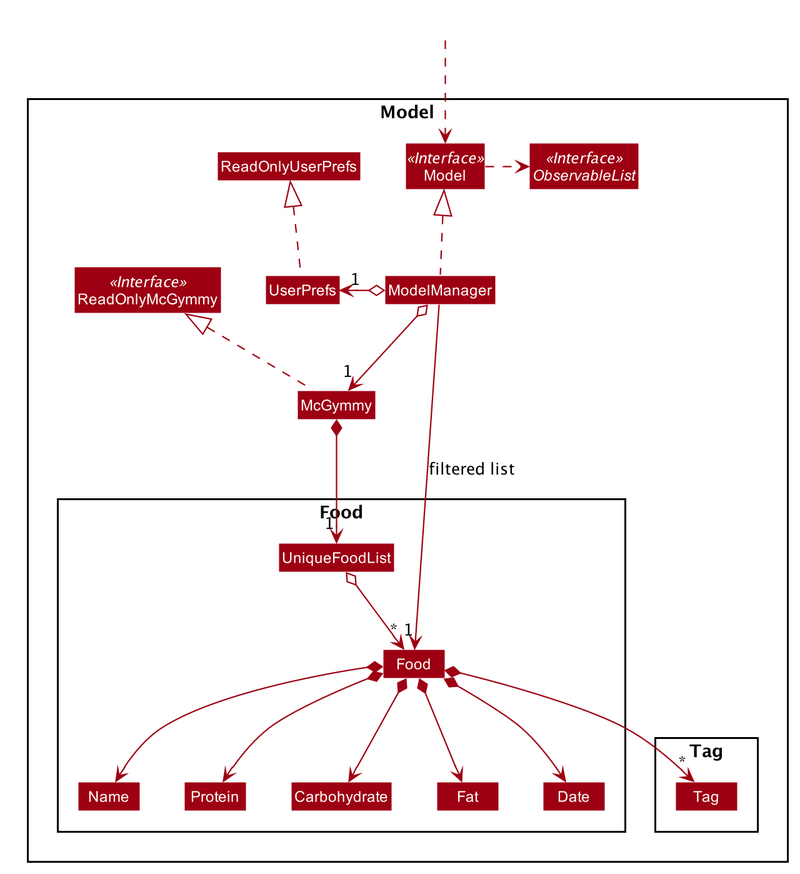
Before: docs/images/ModelClassDiagram.png, a diagram exported from PlantUML (nus-cs2103-AY2021S1/tp).
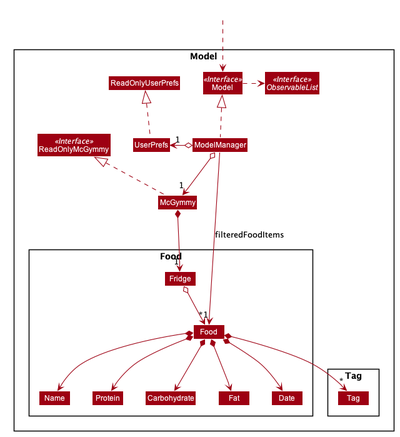
The same file after the commit.

Commit message:
Fix model class diagram

Diff of the diagram source:
```diff
@@ -69,7 +69,7 @@
 Class Name
 Class Date
 Class Protein
-Class UniqueFoodList
+Class Fridge
 }
 
 Package Tag {
@@ -88,8 +88,8 @@
 ModelManager o-left-> "1" UserPrefs
 UserPrefs .up.|> ReadOnlyUserPrefs
 
-McGymmy *--> "1" UniqueFoodList
-UniqueFoodList o--> "*" Food
+McGymmy *--> "1" Fridge
+Fridge o--> "*" Food
 Food *--> Name
 Food *--> Protein
 Food *--> Fat
@@ -102,5 +102,5 @@
 Carbohydrate -[hidden]right-> Fat
 Fat -[hidden]right-> Date
 
-ModelManager -->"1" Food : filtered list
+ModelManager -->"1" Food : filteredFoodItems
 @enduml
```
